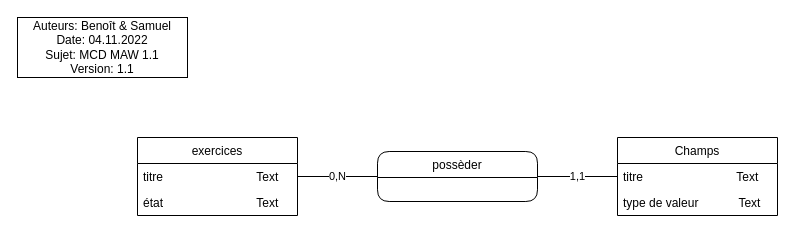
This is modelisation/MCD.drawio from CPNV-ES/MAW1-BPT-SMD, a draw.io file, before an edit. Source tidied: cells renumbered, new cells numbered last; positions are measured from the earlier drawing's top-left corner, leaving out a move shared by most shapes. Both pictures are drawn from the tidied source at 100%, with x=0, y=0 at pixel (17, 17).
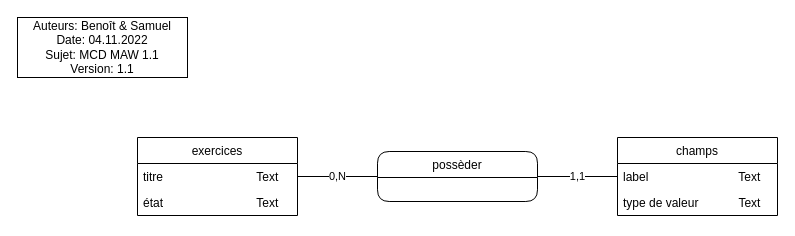
The same diagram, later.

Commit message:
Update MCD - titre to état

What changed in the source:
```diff
@@
 <mxGraphModel>
   <root>
     <mxCell id="0" />
     <mxCell id="1" parent="0" />
     <mxCell id="2" value="exercices" style="swimlane;fontStyle=0;align=center;verticalAlign=top;horizontal=1;startSize=26;rounded=0;shadow=0;strokeWidth=1;" parent="1" vertex="1">
       <mxGeometry x="120" y="120" width="160" height="78" as="geometry" />
     </mxCell>
     <mxCell id="3" value="titre                            Text" style="text;align=left;verticalAlign=top;spacingLeft=4;spacingRight=4;overflow=hidden;points=[[0,0.5],[1,0.5]];portConstraint=eastwest;" parent="2" vertex="1">
       <mxGeometry y="26" width="160" height="26" as="geometry" />
     </mxCell>
     <mxCell id="4" value="état                            Text                           " style="text;align=left;verticalAlign=top;spacingLeft=4;spacingRight=4;overflow=hidden;" parent="2" vertex="1">
       <mxGeometry y="52" width="160" height="26" as="geometry" />
     </mxCell>
     <mxCell id="5" value="Auteurs: Benoît &amp;amp; Samuel&lt;br&gt;Date: 04.11.2022&lt;br&gt;Sujet: MCD MAW 1.1&lt;br&gt;Version: 1.1" style="rounded=0;whiteSpace=wrap;html=1;" parent="1" vertex="1">
       <mxGeometry width="170" height="60" as="geometry" />
     </mxCell>
-    <mxCell id="6" value="Champs" style="swimlane;fontStyle=0;align=center;verticalAlign=top;horizontal=1;startSize=26;rounded=0;shadow=0;strokeWidth=1;" parent="1" vertex="1">
+    <mxCell id="6" value="champs" style="swimlane;fontStyle=0;align=center;verticalAlign=top;horizontal=1;startSize=26;rounded=0;shadow=0;strokeWidth=1;" parent="1" vertex="1">
       <mxGeometry x="600" y="120" width="160" height="78" as="geometry" />
     </mxCell>
-    <mxCell id="7" value="titre                            Text" style="text;align=left;verticalAlign=top;spacingLeft=4;spacingRight=4;overflow=hidden;points=[[0,0.5],[1,0.5]];portConstraint=eastwest;" parent="6" vertex="1">
+    <mxCell id="7" value="label                           Text" style="text;align=left;verticalAlign=top;spacingLeft=4;spacingRight=4;overflow=hidden;points=[[0,0.5],[1,0.5]];portConstraint=eastwest;" parent="6" vertex="1">
       <mxGeometry y="26" width="160" height="26" as="geometry" />
     </mxCell>
     <mxCell id="8" value="type de valeur            Text" style="text;align=left;verticalAlign=top;spacingLeft=4;spacingRight=4;overflow=hidden;" parent="6" vertex="1">
       <mxGeometry y="52" width="160" height="26" as="geometry" />
     </mxCell>
     <mxCell id="9" value="possèder" style="swimlane;fontStyle=0;align=center;verticalAlign=top;horizontal=1;startSize=26;rounded=1;shadow=0;strokeWidth=1;" parent="1" vertex="1">
       <mxGeometry x="360" y="134" width="160" height="50" as="geometry" />
     </mxCell>
     <mxCell id="10" value="0,N" style="edgeStyle=orthogonalEdgeStyle;rounded=0;jettySize=auto;html=1;exitX=1;exitY=0.5;exitDx=0;exitDy=0;entryX=0;entryY=0.5;entryDx=0;entryDy=0;endArrow=none;endFill=0;" parent="1" edge="1" source="3" target="9">
       <mxGeometry relative="1" as="geometry" />
     </mxCell>
     <mxCell id="11" value="1,1" style="edgeStyle=orthogonalEdgeStyle;rounded=0;jettySize=auto;html=1;exitX=1;exitY=0.5;exitDx=0;exitDy=0;endArrow=none;endFill=0;" parent="1" edge="1" source="9" target="7">
       <mxGeometry relative="1" as="geometry" />
     </mxCell>
   </root>
 </mxGraphModel>
```
